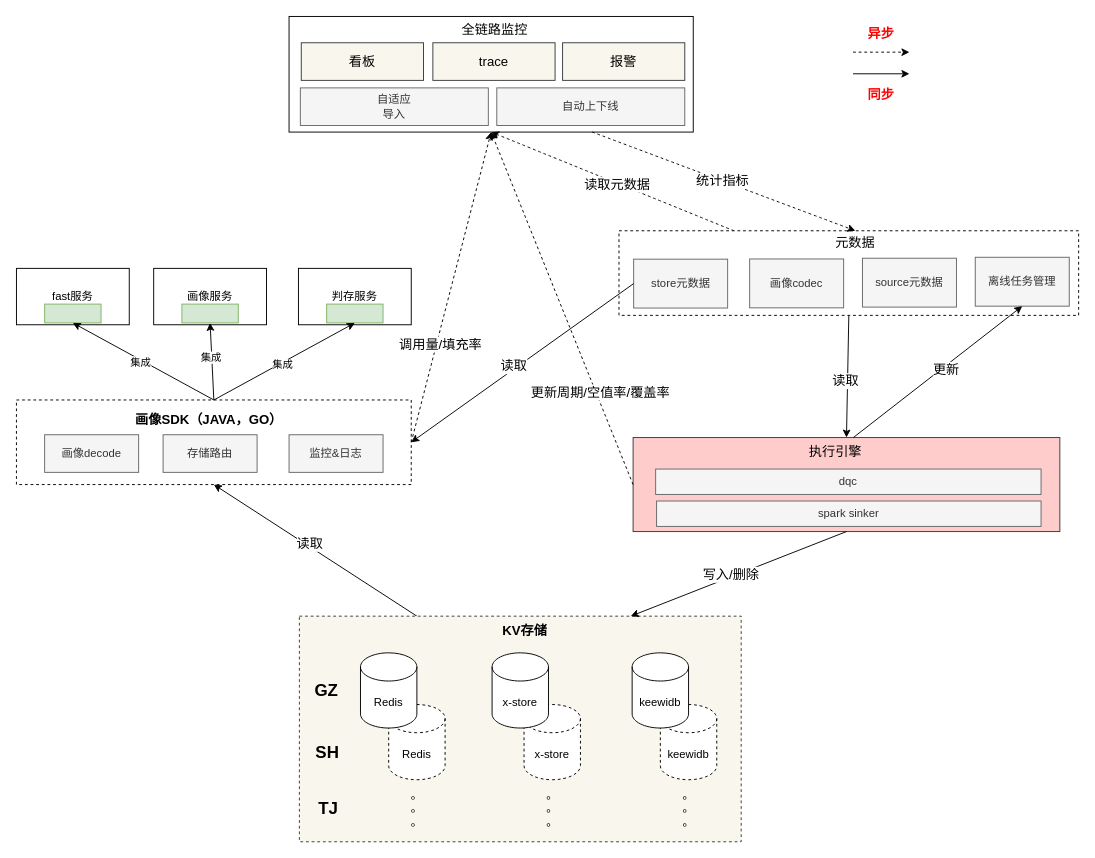
Before: f_sinker.drawio in learn2Pro/draw_io_save, a draw.io diagram. Source tidied: cells renumbered, new cells numbered last; positions are measured from the earlier drawing's top-left corner, leaving out a move shared by most shapes. Both pictures are drawn from the tidied source at 94%, with x=0, y=0 at pixel (16, 16).
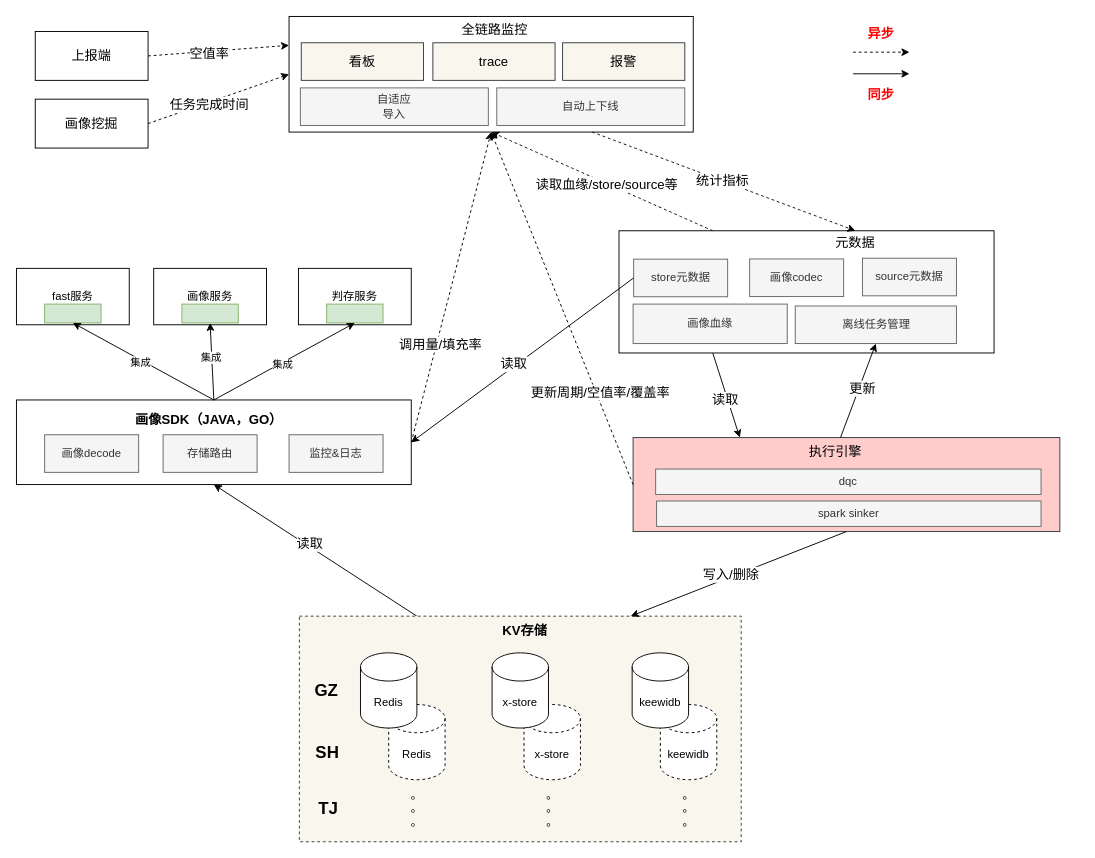
Above is the later version.

Unchanged cells that the change refers to:
```xml
<mxCell id="36" style="rounded=0;whiteSpace=wrap;html=1;fontSize=14;" parent="1" vertex="1">
  <mxGeometry x="290" width="430" height="123" as="geometry" />
</mxCell>
<mxCell id="37" style="rounded=0;whiteSpace=wrap;html=1;fontSize=14;fillColor=#ffcccc;strokeColor=#36393d;" parent="1" vertex="1">
  <mxGeometry x="656" y="448" width="454" height="100" as="geometry" />
</mxCell>
<mxCell id="52" style="endArrow=classic;html=1;rounded=0;fontSize=14;curved=1;exitX=0.25;exitY=0;exitDx=0;exitDy=0;entryX=0.5;entryY=1;entryDx=0;entryDy=0;dashed=1;" parent="1" edge="1" source="54" target="36">
  <mxGeometry relative="1" as="geometry" />
</mxCell>
```

What changed in the source:
```diff
@@
-    <mxCell id="2" style="rounded=0;whiteSpace=wrap;html=1;dashed=1;" parent="1" vertex="1">
+    <mxCell id="2" style="rounded=0;whiteSpace=wrap;html=1;" parent="1" vertex="1">
       <mxGeometry y="408" width="420" height="90" as="geometry" />
     </mxCell>
@@
-    <mxCell id="40" style="endArrow=classic;html=1;rounded=0;fontSize=14;exitX=0.5;exitY=1;exitDx=0;exitDy=0;entryX=0.5;entryY=0;entryDx=0;entryDy=0;" parent="1" edge="1" source="54" target="37">
+    <mxCell id="40" style="endArrow=classic;html=1;rounded=0;fontSize=14;exitX=0.25;exitY=1;exitDx=0;exitDy=0;entryX=0.25;entryY=0;entryDx=0;entryDy=0;" parent="1" edge="1" source="54" target="37">
       <mxGeometry relative="1" as="geometry" />
     </mxCell>
@@
-    <mxCell id="53" value="读取元数据" style="edgeLabel;html=1;align=center;verticalAlign=middle;fontSize=14;" parent="52" vertex="1">
+    <mxCell id="53" value="读取血缘/store/source等" style="edgeLabel;html=1;align=center;verticalAlign=middle;fontSize=14;" parent="52" vertex="1">
       <mxGeometry x="-0.04" y="1" relative="1" as="geometry" />
     </mxCell>
-    <mxCell id="54" style="rounded=0;whiteSpace=wrap;html=1;dashed=1;fontSize=14;" parent="1" vertex="1">
-      <mxGeometry x="641" y="228" width="489" height="90" as="geometry" />
+    <mxCell id="54" style="rounded=0;whiteSpace=wrap;html=1;fontSize=14;" parent="1" vertex="1">
+      <mxGeometry x="641" y="228" width="399" height="130" as="geometry" />
     </mxCell>
     <mxCell id="55" value="画像codec" style="rounded=0;whiteSpace=wrap;html=1;fillColor=#f5f5f5;fontColor=#333333;strokeColor=#666666;flipH=1;flipV=1;" parent="1" vertex="1">
-      <mxGeometry x="780" y="258" width="100" height="52" as="geometry" />
+      <mxGeometry x="780" y="258" width="100" height="40" as="geometry" />
     </mxCell>
     <mxCell id="56" value="store元数据" style="rounded=0;whiteSpace=wrap;html=1;fillColor=#f5f5f5;fontColor=#333333;strokeColor=#666666;flipH=1;flipV=1;" parent="1" vertex="1">
-      <mxGeometry x="656.6" y="258.2" width="100" height="52" as="geometry" />
+      <mxGeometry x="656.6" y="258.2" width="100" height="40" as="geometry" />
     </mxCell>
     <mxCell id="57" value="source元数据" style="rounded=0;whiteSpace=wrap;html=1;fillColor=#f5f5f5;fontColor=#333333;strokeColor=#666666;flipH=1;flipV=1;" parent="1" vertex="1">
-      <mxGeometry x="900" y="257.2" width="100" height="52" as="geometry" />
+      <mxGeometry x="900" y="257.2" width="100" height="40" as="geometry" />
     </mxCell>
@@
     <mxCell id="59" value="离线任务管理" style="rounded=0;whiteSpace=wrap;html=1;fillColor=#f5f5f5;fontColor=#333333;strokeColor=#666666;flipH=1;flipV=1;" parent="1" vertex="1">
-      <mxGeometry x="1020" y="256.2" width="100" height="52" as="geometry" />
+      <mxGeometry x="828.5" y="308" width="171.5" height="40" as="geometry" />
     </mxCell>
@@
+    <mxCell id="74" value="上报端" style="rounded=0;whiteSpace=wrap;html=1;strokeColor=default;fontSize=14;fontColor=#000000;" parent="1" vertex="1">
+      <mxGeometry x="20" y="16" width="120" height="52" as="geometry" />
+    </mxCell>
+    <mxCell id="75" value="画像挖掘" style="rounded=0;whiteSpace=wrap;html=1;strokeColor=default;fontSize=14;fontColor=#000000;" parent="1" vertex="1">
+      <mxGeometry x="20" y="88" width="120" height="52" as="geometry" />
+    </mxCell>
+    <mxCell id="76" style="endArrow=classic;html=1;rounded=0;fontSize=14;fontColor=#000000;exitX=1;exitY=0.5;exitDx=0;exitDy=0;entryX=0;entryY=0.25;entryDx=0;entryDy=0;dashed=1;" parent="1" edge="1" source="74" target="36">
+      <mxGeometry relative="1" as="geometry" />
+    </mxCell>
+    <mxCell id="77" value="空值率" style="edgeLabel;html=1;align=center;verticalAlign=middle;fontSize=14;fontColor=#000000;" parent="76" vertex="1">
+      <mxGeometry x="-0.14" y="-2" relative="1" as="geometry" />
+    </mxCell>
+    <mxCell id="78" style="endArrow=classic;html=1;rounded=0;fontSize=14;fontColor=#000000;exitX=1;exitY=0.5;exitDx=0;exitDy=0;entryX=0;entryY=0.5;entryDx=0;entryDy=0;dashed=1;" parent="1" edge="1" source="75" target="36">
+      <mxGeometry relative="1" as="geometry" />
+    </mxCell>
+    <mxCell id="79" value="任务完成时间" style="edgeLabel;html=1;align=center;verticalAlign=middle;fontSize=14;fontColor=#000000;" parent="78" vertex="1">
+      <mxGeometry x="-0.14" y="-2" relative="1" as="geometry" />
+    </mxCell>
+    <mxCell id="80" value="画像血缘" style="rounded=0;whiteSpace=wrap;html=1;fillColor=#f5f5f5;fontColor=#333333;strokeColor=#666666;flipH=1;flipV=1;" parent="1" vertex="1">
+      <mxGeometry x="656" y="306" width="164" height="42" as="geometry" />
+    </mxCell>
```
